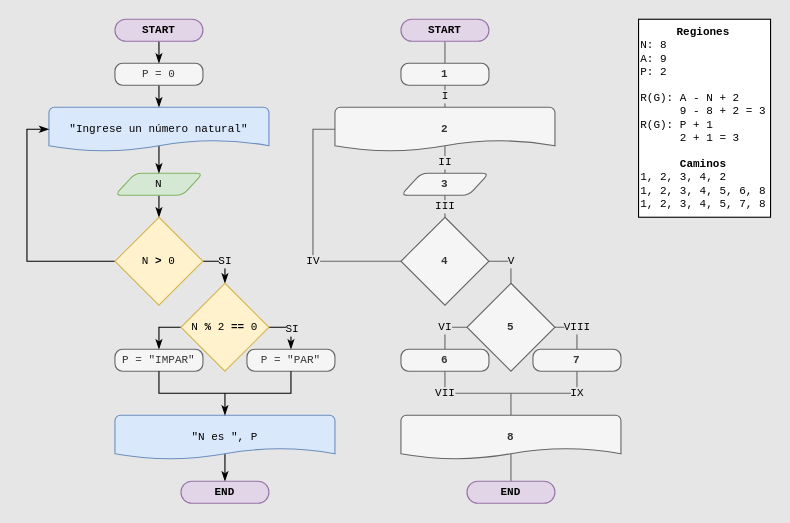
Above: diagramas/ejercicio01.drawio in Agustina-Bover/Tp8 (draw.io), before the change. Source tidied: cells renumbered, new cells numbered last; positions are measured from the earlier drawing's top-left corner, leaving out a move shared by most shapes. Both pictures are drawn from the tidied source at 110%, with x=0, y=0 at pixel (48, 19).
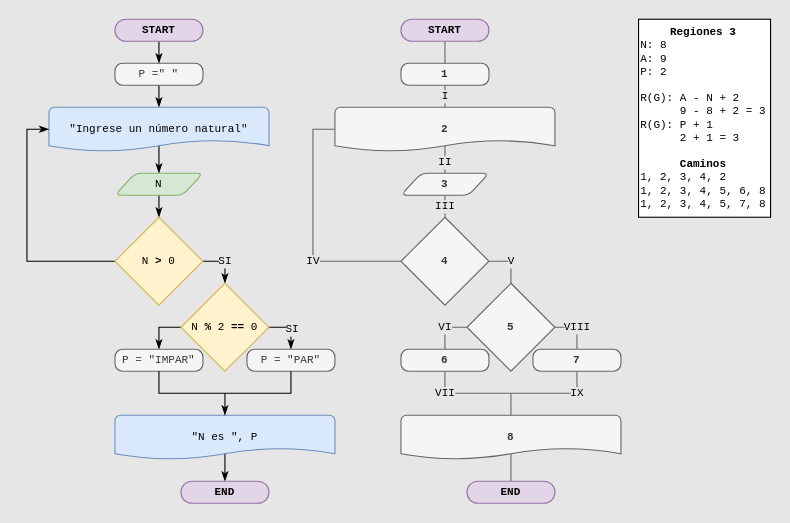
After the change.

What changed in the source:
```diff
@@
-    <mxCell id="3" value="P = 0" style="rounded=1;whiteSpace=wrap;html=1;absoluteArcSize=1;arcSize=14;strokeWidth=1;fontFamily=Courier New;fontSize=10;fillColor=#f5f5f5;fontColor=#333333;strokeColor=#666666;" parent="1" vertex="1">
+    <mxCell id="3" value="P =&quot; &quot;" style="rounded=1;whiteSpace=wrap;html=1;absoluteArcSize=1;arcSize=14;strokeWidth=1;fontFamily=Courier New;fontSize=10;fillColor=#f5f5f5;fontColor=#333333;strokeColor=#666666;" parent="1" vertex="1">
       <mxGeometry x="60" y="40" width="80" height="20" as="geometry" />
     </mxCell>
@@
-    <mxCell id="46" value="&lt;div style=&quot;text-align: center;&quot;&gt;&lt;span style=&quot;background-color: initial;&quot;&gt;&lt;b&gt;Regiones&lt;/b&gt;&lt;/span&gt;&lt;/div&gt;N: 8&lt;br&gt;A: 9&lt;br&gt;P: 2&lt;br&gt;&lt;br&gt;R(G): A - N + 2&lt;br&gt;&amp;nbsp; &amp;nbsp; &amp;nbsp; 9 - 8 + 2 = 3&lt;br&gt;R(G): P + 1&lt;br&gt;&amp;nbsp; &amp;nbsp; &amp;nbsp; 2 + 1 = 3&lt;br&gt;&lt;br&gt;&lt;div style=&quot;text-align: center;&quot;&gt;&lt;b style=&quot;background-color: initial;&quot;&gt;Caminos&lt;/b&gt;&lt;/div&gt;1, 2, 3, 4, 2&lt;br&gt;1, 2, 3, 4, 5, 6, 8&lt;br&gt;1, 2, 3, 4, 5, 7, 8" style="rounded=0;whiteSpace=wrap;html=1;labelBackgroundColor=none;labelBorderColor=none;fontFamily=Courier New;fontSize=10;strokeWidth=1;align=left;verticalAlign=top;" parent="1" vertex="1">
+    <mxCell id="46" value="&lt;div style=&quot;text-align: center;&quot;&gt;&lt;span style=&quot;background-color: initial;&quot;&gt;&lt;b&gt;Regiones 3&lt;/b&gt;&lt;/span&gt;&lt;/div&gt;N: 8&lt;br&gt;A: 9&lt;br&gt;P: 2&lt;br&gt;&lt;br&gt;R(G): A - N + 2&lt;br&gt;&amp;nbsp; &amp;nbsp; &amp;nbsp; 9 - 8 + 2 = 3&lt;br&gt;R(G): P + 1&lt;br&gt;&amp;nbsp; &amp;nbsp; &amp;nbsp; 2 + 1 = 3&lt;br&gt;&lt;br&gt;&lt;div style=&quot;text-align: center;&quot;&gt;&lt;b style=&quot;background-color: initial;&quot;&gt;Caminos&lt;/b&gt;&lt;/div&gt;1, 2, 3, 4, 2&lt;br&gt;1, 2, 3, 4, 5, 6, 8&lt;br&gt;1, 2, 3, 4, 5, 7, 8" style="rounded=0;whiteSpace=wrap;html=1;labelBackgroundColor=none;labelBorderColor=none;fontFamily=Courier New;fontSize=10;strokeWidth=1;align=left;verticalAlign=top;" parent="1" vertex="1">
       <mxGeometry x="536" width="120" height="180" as="geometry" />
     </mxCell>
```
